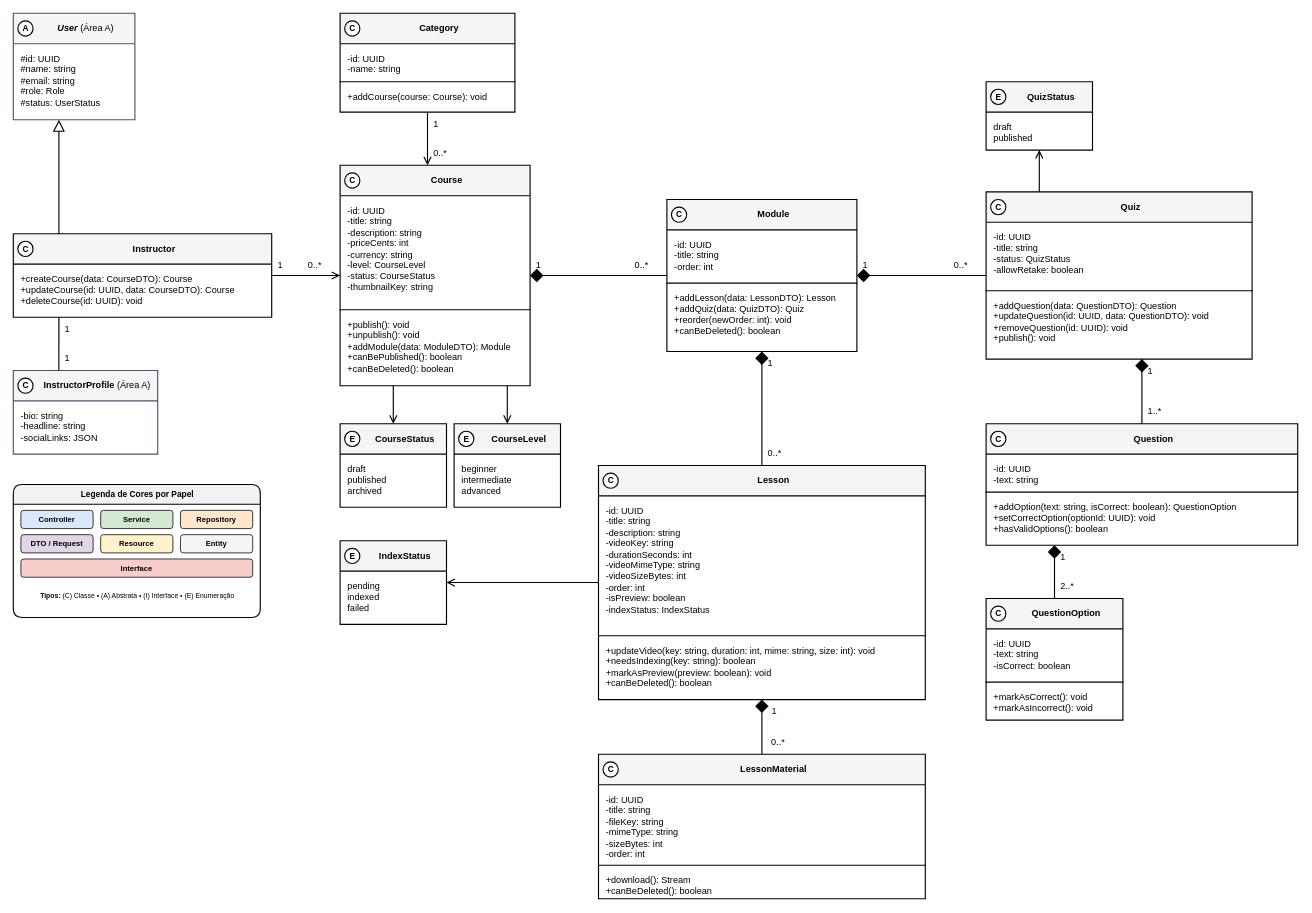
This is especificacao/diagramas/13-classes-area-b-negocial.drawio from Plataforma-de-Cursos-TCC/plataforma-cursos-docs, a draw.io file, before an edit. Source tidied: cells renumbered, new cells numbered last; positions are measured from the earlier drawing's top-left corner, leaving out a move shared by most shapes. Both pictures are drawn from the tidied source at 76%, with x=0, y=0 at pixel (13, 13).
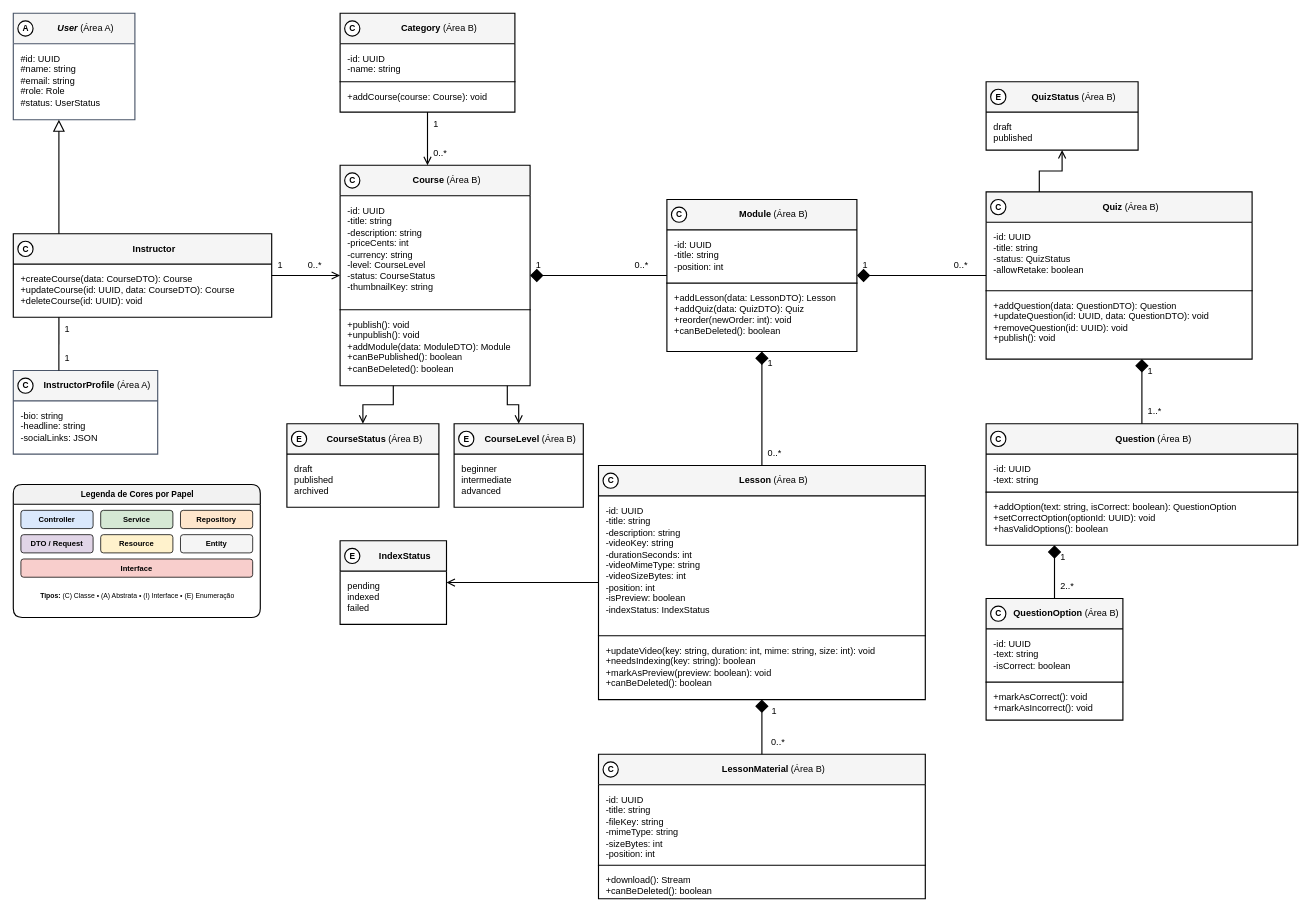
The same page after the edit.

Commit message (it also covers changes not shown here):
docs(classes-area-b): point deletion checks at area C services and mark ownership

The edit, as a diff of the source:
```diff
@@
-    <mxCell id="8" value="&lt;b&gt;Category&lt;/b&gt;" style="swimlane;html=1;fontStyle=0;align=center;verticalAlign=middle;startSize=40;fillColor=#F5F5F5;swimlaneFillColor=#FFFFFF;strokeColor=#000000;strokeWidth=1.5;fontFamily=Helvetica;fontSize=12;fontColor=#000000;rounded=0;spacingLeft=30;" parent="1" vertex="1">
+    <mxCell id="8" value="&lt;b&gt;Category&lt;/b&gt; (Área B)" style="swimlane;html=1;fontStyle=0;align=center;verticalAlign=middle;startSize=40;fillColor=#F5F5F5;swimlaneFillColor=#FFFFFF;strokeColor=#000000;strokeWidth=1.5;fontFamily=Helvetica;fontSize=12;fontColor=#000000;rounded=0;spacingLeft=30;" parent="1" vertex="1">
       <mxGeometry x="430" width="230" height="130" as="geometry" />
     </mxCell>
@@
-    <mxCell id="11" value="&lt;b&gt;Course&lt;/b&gt;" style="swimlane;html=1;fontStyle=0;align=center;verticalAlign=middle;startSize=40;fillColor=#F5F5F5;swimlaneFillColor=#FFFFFF;strokeColor=#000000;strokeWidth=1.5;fontFamily=Helvetica;fontSize=12;fontColor=#000000;rounded=0;spacingLeft=30;" parent="1" vertex="1">
+    <mxCell id="11" value="&lt;b&gt;Course&lt;/b&gt; (Área B)" style="swimlane;html=1;fontStyle=0;align=center;verticalAlign=middle;startSize=40;fillColor=#F5F5F5;swimlaneFillColor=#FFFFFF;strokeColor=#000000;strokeWidth=1.5;fontFamily=Helvetica;fontSize=12;fontColor=#000000;rounded=0;spacingLeft=30;" parent="1" vertex="1">
       <mxGeometry x="430" y="200" width="250" height="290" as="geometry" />
     </mxCell>
@@
-    <mxCell id="14" value="&lt;b&gt;Module&lt;/b&gt;" style="swimlane;html=1;fontStyle=0;align=center;verticalAlign=middle;startSize=40;fillColor=#F5F5F5;swimlaneFillColor=#FFFFFF;strokeColor=#000000;strokeWidth=1.5;fontFamily=Helvetica;fontSize=12;fontColor=#000000;rounded=0;spacingLeft=30;" parent="1" vertex="1">
+    <mxCell id="14" value="&lt;b&gt;Module&lt;/b&gt; (Área B)" style="swimlane;html=1;fontStyle=0;align=center;verticalAlign=middle;startSize=40;fillColor=#F5F5F5;swimlaneFillColor=#FFFFFF;strokeColor=#000000;strokeWidth=1.5;fontFamily=Helvetica;fontSize=12;fontColor=#000000;rounded=0;spacingLeft=30;" parent="1" vertex="1">
       <mxGeometry x="860" y="245" width="250" height="200" as="geometry" />
     </mxCell>
-    <mxCell id="15" value="-id: UUID&lt;br&gt;-title: string&lt;br&gt;-order: int" style="text;html=1;align=left;verticalAlign=top;spacingLeft=8;spacingRight=8;spacingTop=6;fontSize=12;fontFamily=Helvetica;fontColor=#000000;strokeColor=none;fillColor=none;" parent="14" vertex="1">
+    <mxCell id="15" value="-id: UUID&lt;br&gt;-title: string&lt;br&gt;-position: int" style="text;html=1;align=left;verticalAlign=top;spacingLeft=8;spacingRight=8;spacingTop=6;fontSize=12;fontFamily=Helvetica;fontColor=#000000;strokeColor=none;fillColor=none;" parent="14" vertex="1">
       <mxGeometry y="40" width="250" height="70" as="geometry" />
     </mxCell>
@@
-    <mxCell id="17" value="&lt;b&gt;Lesson&lt;/b&gt;" style="swimlane;html=1;fontStyle=0;align=center;verticalAlign=middle;startSize=40;fillColor=#F5F5F5;swimlaneFillColor=#FFFFFF;strokeColor=#000000;strokeWidth=1.5;fontFamily=Helvetica;fontSize=12;fontColor=#000000;rounded=0;spacingLeft=30;" parent="1" vertex="1">
+    <mxCell id="17" value="&lt;b&gt;Lesson&lt;/b&gt; (Área B)" style="swimlane;html=1;fontStyle=0;align=center;verticalAlign=middle;startSize=40;fillColor=#F5F5F5;swimlaneFillColor=#FFFFFF;strokeColor=#000000;strokeWidth=1.5;fontFamily=Helvetica;fontSize=12;fontColor=#000000;rounded=0;spacingLeft=30;" parent="1" vertex="1">
       <mxGeometry x="770" y="595" width="430" height="308" as="geometry" />
     </mxCell>
-    <mxCell id="18" value="-id: UUID&lt;br&gt;-title: string&lt;br&gt;-description: string&lt;br&gt;-videoKey: string&lt;br&gt;-durationSeconds: int&lt;br&gt;-videoMimeType: string&lt;br&gt;-videoSizeBytes: int&lt;br&gt;-order: int&lt;br&gt;-isPreview: boolean&lt;br&gt;-indexStatus: IndexStatus" style="text;html=1;align=left;verticalAlign=top;spacingLeft=8;spacingRight=8;spacingTop=6;fontSize=12;fontFamily=Helvetica;fontColor=#000000;strokeColor=none;fillColor=none;" parent="17" vertex="1">
+    <mxCell id="18" value="-id: UUID&lt;br&gt;-title: string&lt;br&gt;-description: string&lt;br&gt;-videoKey: string&lt;br&gt;-durationSeconds: int&lt;br&gt;-videoMimeType: string&lt;br&gt;-videoSizeBytes: int&lt;br&gt;-position: int&lt;br&gt;-isPreview: boolean&lt;br&gt;-indexStatus: IndexStatus" style="text;html=1;align=left;verticalAlign=top;spacingLeft=8;spacingRight=8;spacingTop=6;fontSize=12;fontFamily=Helvetica;fontColor=#000000;strokeColor=none;fillColor=none;" parent="17" vertex="1">
       <mxGeometry y="40" width="430" height="184" as="geometry" />
     </mxCell>
@@
-    <mxCell id="20" value="&lt;b&gt;Quiz&lt;/b&gt;" style="swimlane;html=1;fontStyle=0;align=center;verticalAlign=middle;startSize=40;fillColor=#F5F5F5;swimlaneFillColor=#FFFFFF;strokeColor=#000000;strokeWidth=1.5;fontFamily=Helvetica;fontSize=12;fontColor=#000000;rounded=0;spacingLeft=30;" parent="1" vertex="1">
+    <mxCell id="20" value="&lt;b&gt;Quiz&lt;/b&gt; (Área B)" style="swimlane;html=1;fontStyle=0;align=center;verticalAlign=middle;startSize=40;fillColor=#F5F5F5;swimlaneFillColor=#FFFFFF;strokeColor=#000000;strokeWidth=1.5;fontFamily=Helvetica;fontSize=12;fontColor=#000000;rounded=0;spacingLeft=30;" parent="1" vertex="1">
       <mxGeometry x="1280" y="235" width="350" height="220" as="geometry" />
     </mxCell>
@@
-    <mxCell id="23" value="&lt;b&gt;Question&lt;/b&gt;" style="swimlane;html=1;fontStyle=0;align=center;verticalAlign=middle;startSize=40;fillColor=#F5F5F5;swimlaneFillColor=#FFFFFF;strokeColor=#000000;strokeWidth=1.5;fontFamily=Helvetica;fontSize=12;fontColor=#000000;rounded=0;spacingLeft=30;" parent="1" vertex="1">
+    <mxCell id="23" value="&lt;b&gt;Question&lt;/b&gt; (Área B)" style="swimlane;html=1;fontStyle=0;align=center;verticalAlign=middle;startSize=40;fillColor=#F5F5F5;swimlaneFillColor=#FFFFFF;strokeColor=#000000;strokeWidth=1.5;fontFamily=Helvetica;fontSize=12;fontColor=#000000;rounded=0;spacingLeft=30;" parent="1" vertex="1">
       <mxGeometry x="1280" y="540" width="410" height="160" as="geometry" />
     </mxCell>
@@
-    <mxCell id="26" value="&lt;b&gt;QuestionOption&lt;/b&gt;" style="swimlane;html=1;fontStyle=0;align=center;verticalAlign=middle;startSize=40;fillColor=#F5F5F5;swimlaneFillColor=#FFFFFF;strokeColor=#000000;strokeWidth=1.5;fontFamily=Helvetica;fontSize=12;fontColor=#000000;rounded=0;spacingLeft=30;" parent="1" vertex="1">
+    <mxCell id="26" value="&lt;b&gt;QuestionOption&lt;/b&gt; (Área B)" style="swimlane;html=1;fontStyle=0;align=center;verticalAlign=middle;startSize=40;fillColor=#F5F5F5;swimlaneFillColor=#FFFFFF;strokeColor=#000000;strokeWidth=1.5;fontFamily=Helvetica;fontSize=12;fontColor=#000000;rounded=0;spacingLeft=30;" parent="1" vertex="1">
       <mxGeometry x="1280" y="770" width="180" height="160" as="geometry" />
     </mxCell>
@@
-    <mxCell id="29" value="&lt;b&gt;CourseStatus&lt;/b&gt;" style="swimlane;html=1;fontStyle=0;align=center;verticalAlign=middle;startSize=40;fillColor=#F5F5F5;swimlaneFillColor=#FFFFFF;strokeColor=#000000;strokeWidth=1.5;fontFamily=Helvetica;fontSize=12;fontColor=#000000;rounded=0;spacingLeft=30;" parent="1" vertex="1">
-      <mxGeometry x="430" y="540" width="140" height="110" as="geometry" />
+    <mxCell id="29" value="&lt;b&gt;CourseStatus&lt;/b&gt; (Área B)" style="swimlane;html=1;fontStyle=0;align=center;verticalAlign=middle;startSize=40;fillColor=#F5F5F5;swimlaneFillColor=#FFFFFF;strokeColor=#000000;strokeWidth=1.5;fontFamily=Helvetica;fontSize=12;fontColor=#000000;rounded=0;spacingLeft=30;" parent="1" vertex="1">
+      <mxGeometry x="360" y="540" width="200" height="110" as="geometry" />
     </mxCell>
@@
-    <mxCell id="31" value="&lt;b&gt;CourseLevel&lt;/b&gt;" style="swimlane;html=1;fontStyle=0;align=center;verticalAlign=middle;startSize=40;fillColor=#F5F5F5;swimlaneFillColor=#FFFFFF;strokeColor=#000000;strokeWidth=1.5;fontFamily=Helvetica;fontSize=12;fontColor=#000000;rounded=0;spacingLeft=30;" parent="1" vertex="1">
-      <mxGeometry x="580" y="540" width="140" height="110" as="geometry" />
+    <mxCell id="31" value="&lt;b&gt;CourseLevel&lt;/b&gt; (Área B)" style="swimlane;html=1;fontStyle=0;align=center;verticalAlign=middle;startSize=40;fillColor=#F5F5F5;swimlaneFillColor=#FFFFFF;strokeColor=#000000;strokeWidth=1.5;fontFamily=Helvetica;fontSize=12;fontColor=#000000;rounded=0;spacingLeft=30;" parent="1" vertex="1">
+      <mxGeometry x="580" y="540" width="170" height="110" as="geometry" />
     </mxCell>
@@
-    <mxCell id="33" value="&lt;b&gt;QuizStatus&lt;/b&gt;" style="swimlane;html=1;fontStyle=0;align=center;verticalAlign=middle;startSize=40;fillColor=#F5F5F5;swimlaneFillColor=#FFFFFF;strokeColor=#000000;strokeWidth=1.5;fontFamily=Helvetica;fontSize=12;fontColor=#000000;rounded=0;spacingLeft=30;" parent="1" vertex="1">
-      <mxGeometry x="1280" y="90" width="140" height="90" as="geometry" />
+    <mxCell id="33" value="&lt;b&gt;QuizStatus&lt;/b&gt; (Área B)" style="swimlane;html=1;fontStyle=0;align=center;verticalAlign=middle;startSize=40;fillColor=#F5F5F5;swimlaneFillColor=#FFFFFF;strokeColor=#000000;strokeWidth=1.5;fontFamily=Helvetica;fontSize=12;fontColor=#000000;rounded=0;spacingLeft=30;" parent="1" vertex="1">
+      <mxGeometry x="1280" y="90" width="200" height="90" as="geometry" />
     </mxCell>
@@
-    <mxCell id="66" value="&lt;b&gt;LessonMaterial&lt;/b&gt;" style="swimlane;html=1;fontStyle=0;align=center;verticalAlign=middle;startSize=40;fillColor=#F5F5F5;swimlaneFillColor=#FFFFFF;strokeColor=#000000;strokeWidth=1.5;fontFamily=Helvetica;fontSize=12;fontColor=#000000;rounded=0;spacingLeft=30;" parent="1" vertex="1">
+    <mxCell id="66" value="&lt;b&gt;LessonMaterial&lt;/b&gt; (Área B)" style="swimlane;html=1;fontStyle=0;align=center;verticalAlign=middle;startSize=40;fillColor=#F5F5F5;swimlaneFillColor=#FFFFFF;strokeColor=#000000;strokeWidth=1.5;fontFamily=Helvetica;fontSize=12;fontColor=#000000;rounded=0;spacingLeft=30;" parent="1" vertex="1">
       <mxGeometry x="770" y="975" width="430" height="190" as="geometry" />
     </mxCell>
-    <mxCell id="67" value="-id: UUID&lt;br&gt;-title: string&lt;br&gt;-fileKey: string&lt;br&gt;-mimeType: string&lt;br&gt;-sizeBytes: int&lt;br&gt;-order: int" style="text;html=1;align=left;verticalAlign=top;spacingLeft=8;spacingRight=8;spacingTop=6;fontSize=12;fontFamily=Helvetica;fontColor=#000000;strokeColor=none;fillColor=none;" parent="66" vertex="1">
+    <mxCell id="67" value="-id: UUID&lt;br&gt;-title: string&lt;br&gt;-fileKey: string&lt;br&gt;-mimeType: string&lt;br&gt;-sizeBytes: int&lt;br&gt;-position: int" style="text;html=1;align=left;verticalAlign=top;spacingLeft=8;spacingRight=8;spacingTop=6;fontSize=12;fontFamily=Helvetica;fontColor=#000000;strokeColor=none;fillColor=none;" parent="66" vertex="1">
       <mxGeometry y="40" width="430" height="106" as="geometry" />
     </mxCell>
@@
     <mxCell id="91" value="E" style="ellipse;html=1;fillColor=#FFFFFF;strokeColor=#000000;strokeWidth=1.5;fontFamily=Helvetica;fontSize=11;fontStyle=1;fontColor=#000000;" parent="1" vertex="1">
-      <mxGeometry x="436" y="550" width="20" height="20" as="geometry" />
+      <mxGeometry x="366" y="550" width="20" height="20" as="geometry" />
     </mxCell>
```
